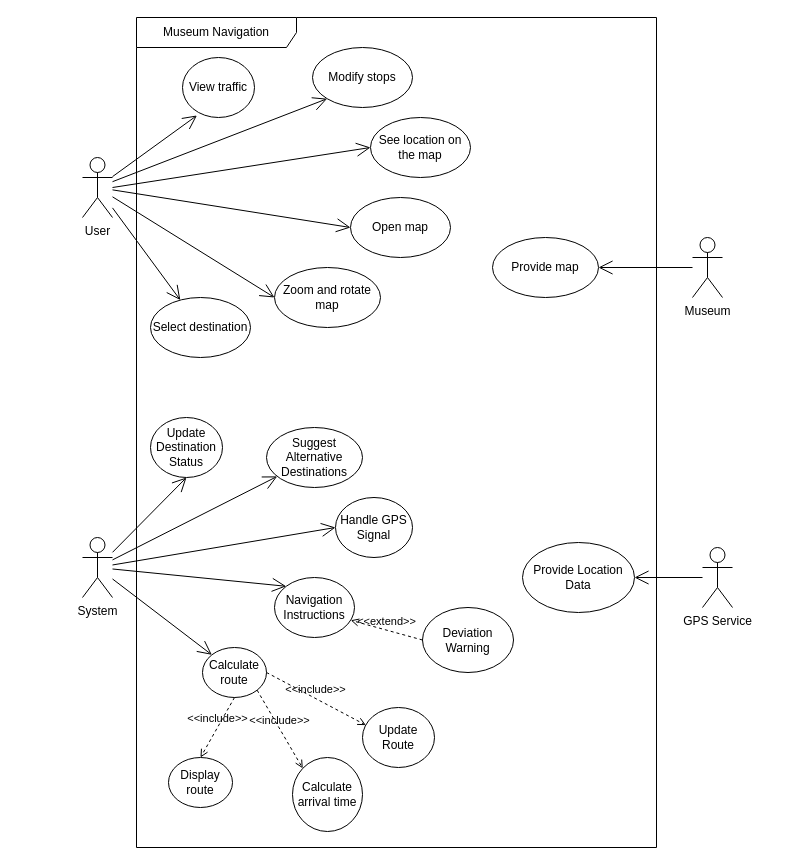
gsklaven/MusePath keeps this draw.io diagram as Use Case Diagrams/Calculate-and-Display-Route.drawio. Above is the earlier version. Source tidied: cells renumbered, new cells numbered last; positions are measured from the earlier drawing's top-left corner, leaving out a move shared by most shapes. Both pictures are drawn from the tidied source at 100%, with x=0, y=0 at pixel (82, 17).
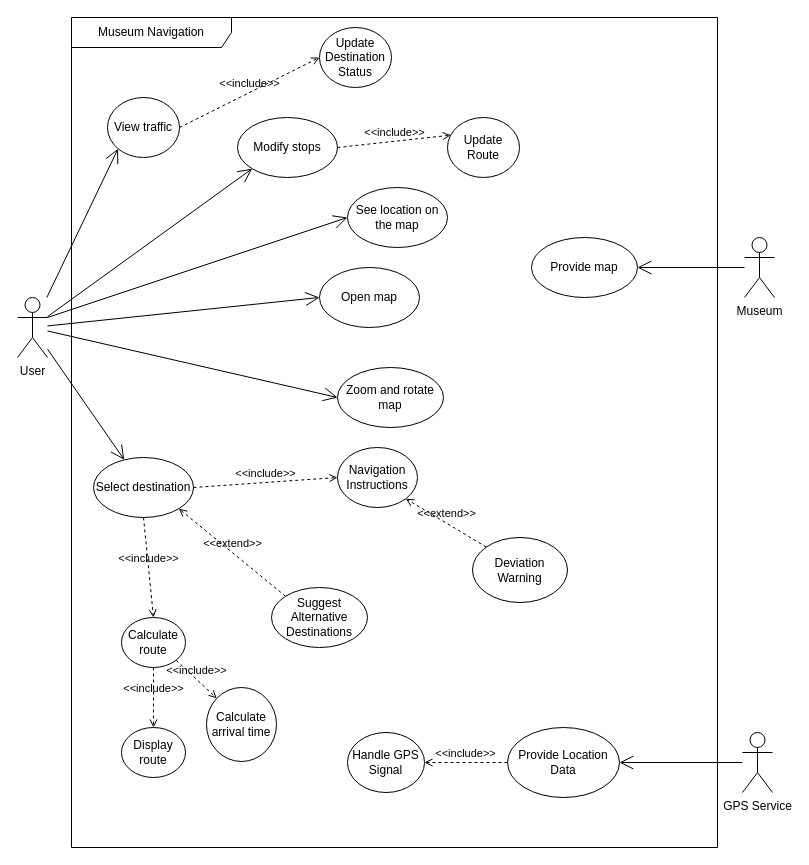
The same diagram, later.

Commit message (it also covers changes not shown here):
remove system as an actor

What changed in the source:
```diff
@@
     <mxCell id="2" value="&lt;div&gt;Museum Navigation&lt;/div&gt;" style="shape=umlFrame;whiteSpace=wrap;html=1;width=160;" parent="1" vertex="1">
-      <mxGeometry x="54" width="520" height="830" as="geometry" />
+      <mxGeometry x="-11" width="646" height="830" as="geometry" />
     </mxCell>
     <mxCell id="3" value="Open map" style="ellipse;whiteSpace=wrap;html=1;" parent="2" vertex="1">
-      <mxGeometry x="214" y="180" width="100" height="60" as="geometry" />
+      <mxGeometry x="248" y="250" width="100" height="60" as="geometry" />
     </mxCell>
     <mxCell id="4" value="See location on the map" style="ellipse;whiteSpace=wrap;html=1;" parent="2" vertex="1">
-      <mxGeometry x="234" y="100" width="100" height="60" as="geometry" />
+      <mxGeometry x="276" y="170" width="100" height="60" as="geometry" />
     </mxCell>
     <mxCell id="5" value="Select destination" style="ellipse;whiteSpace=wrap;html=1;" parent="2" vertex="1">
-      <mxGeometry x="14" y="280" width="100" height="60" as="geometry" />
+      <mxGeometry x="22" y="440" width="100" height="60" as="geometry" />
     </mxCell>
     <mxCell id="6" value="Modify stops" style="ellipse;whiteSpace=wrap;html=1;" parent="2" vertex="1">
-      <mxGeometry x="176" y="30" width="100" height="60" as="geometry" />
+      <mxGeometry x="166" y="100" width="100" height="60" as="geometry" />
     </mxCell>
     <mxCell id="7" value="Zoom and rotate map" style="ellipse;whiteSpace=wrap;html=1;" parent="2" vertex="1">
-      <mxGeometry x="138" y="250" width="106" height="60" as="geometry" />
+      <mxGeometry x="266" y="350" width="106" height="60" as="geometry" />
     </mxCell>
-    <mxCell id="8" value="Provide Location Data" style="ellipse;whiteSpace=wrap;html=1;" parent="2" vertex="1">
-      <mxGeometry x="386" y="525" width="112" height="70" as="geometry" />
-    </mxCell>
     <mxCell id="9" value="Calculate arrival time" style="ellipse;whiteSpace=wrap;html=1;direction=south;" parent="2" vertex="1">
-      <mxGeometry x="156" y="740" width="70" height="74" as="geometry" />
+      <mxGeometry x="135" y="670" width="70" height="74" as="geometry" />
     </mxCell>
     <mxCell id="10" value="Calculate route" style="ellipse;whiteSpace=wrap;html=1;" parent="2" vertex="1">
-      <mxGeometry x="66" y="630" width="64" height="50" as="geometry" />
+      <mxGeometry x="50" y="600" width="64" height="50" as="geometry" />
     </mxCell>
-    <mxCell id="11" value="Handle GPS Signal" style="ellipse;whiteSpace=wrap;html=1;" parent="2" vertex="1">
-      <mxGeometry x="199" y="480" width="77" height="60" as="geometry" />
-    </mxCell>
     <mxCell id="12" value="Navigation Instructions" style="ellipse;whiteSpace=wrap;html=1;" parent="2" vertex="1">
-      <mxGeometry x="138" y="560" width="80" height="60" as="geometry" />
+      <mxGeometry x="266" y="430" width="80" height="60" as="geometry" />
     </mxCell>
     <mxCell id="13" value="Update Route" style="ellipse;whiteSpace=wrap;html=1;" parent="2" vertex="1">
-      <mxGeometry x="226" y="690" width="72" height="60" as="geometry" />
+      <mxGeometry x="376" y="100" width="72" height="60" as="geometry" />
     </mxCell>
     <mxCell id="14" value="Update&lt;div&gt;Destination&lt;br&gt;&lt;div&gt;Status&lt;/div&gt;&lt;/div&gt;" style="ellipse;whiteSpace=wrap;html=1;" parent="2" vertex="1">
-      <mxGeometry x="14" y="400" width="72" height="60" as="geometry" />
+      <mxGeometry x="248" y="10" width="72" height="60" as="geometry" />
     </mxCell>
     <mxCell id="15" value="Suggest Alternative Destinations" style="ellipse;whiteSpace=wrap;html=1;" parent="2" vertex="1">
-      <mxGeometry x="130" y="410" width="96" height="60" as="geometry" />
+      <mxGeometry x="200" y="570" width="96" height="60" as="geometry" />
     </mxCell>
     <mxCell id="16" value="Deviation&lt;div&gt;Warning&lt;/div&gt;" style="ellipse;whiteSpace=wrap;html=1;" parent="2" vertex="1">
-      <mxGeometry x="286" y="590" width="91" height="65" as="geometry" />
+      <mxGeometry x="401" y="520" width="95" height="65" as="geometry" />
     </mxCell>
     <mxCell id="17" value="View traffic" style="ellipse;whiteSpace=wrap;html=1;" parent="2" vertex="1">
-      <mxGeometry x="46" y="40" width="72" height="60" as="geometry" />
+      <mxGeometry x="36" y="80" width="72" height="60" as="geometry" />
     </mxCell>
     <mxCell id="18" value="Display&lt;div&gt;route&lt;/div&gt;" style="ellipse;whiteSpace=wrap;html=1;" parent="2" vertex="1">
-      <mxGeometry x="32" y="740" width="64" height="50" as="geometry" />
+      <mxGeometry x="50" y="710" width="64" height="50" as="geometry" />
     </mxCell>
-    <mxCell id="19" value="&amp;lt;&amp;lt;include&amp;gt;&amp;gt;" style="html=1;verticalAlign=bottom;labelBackgroundColor=none;endArrow=open;endFill=0;dashed=1;rounded=0;entryX=0.047;entryY=0.294;entryDx=0;entryDy=0;entryPerimeter=0;exitX=1;exitY=0.5;exitDx=0;exitDy=0;" parent="2" edge="1" source="10" target="13">
+    <mxCell id="19" value="&amp;lt;&amp;lt;include&amp;gt;&amp;gt;" style="html=1;verticalAlign=bottom;labelBackgroundColor=none;endArrow=open;endFill=0;dashed=1;rounded=0;entryX=0.047;entryY=0.294;entryDx=0;entryDy=0;entryPerimeter=0;exitX=1;exitY=0.5;exitDx=0;exitDy=0;" parent="2" edge="1" source="6" target="13">
       <mxGeometry relative="1" as="geometry" />
     </mxCell>
@@
-    <mxCell id="22" value="&amp;lt;&amp;lt;extend&amp;gt;&amp;gt;" style="html=1;verticalAlign=bottom;labelBackgroundColor=none;endArrow=open;endFill=0;dashed=1;rounded=0;entryX=0.953;entryY=0.713;entryDx=0;entryDy=0;entryPerimeter=0;exitX=0;exitY=0.5;exitDx=0;exitDy=0;" parent="2" edge="1" source="16" target="12">
+    <mxCell id="22" value="&amp;lt;&amp;lt;extend&amp;gt;&amp;gt;" style="html=1;verticalAlign=bottom;labelBackgroundColor=none;endArrow=open;endFill=0;dashed=1;rounded=0;entryX=1;entryY=1;entryDx=0;entryDy=0;exitX=0;exitY=0;exitDx=0;exitDy=0;" parent="2" edge="1" source="16" target="12">
       <mxGeometry relative="1" as="geometry" />
     </mxCell>
     <mxCell id="23" value="Provide map" style="ellipse;whiteSpace=wrap;html=1;" parent="2" vertex="1">
-      <mxGeometry x="356" y="220" width="106" height="60" as="geometry" />
+      <mxGeometry x="460" y="220" width="106" height="60" as="geometry" />
     </mxCell>
+    <mxCell id="41" value="&amp;lt;&amp;lt;include&amp;gt;&amp;gt;" style="html=1;verticalAlign=bottom;labelBackgroundColor=none;endArrow=open;endFill=0;dashed=1;rounded=0;entryX=0;entryY=0.5;entryDx=0;entryDy=0;exitX=1;exitY=0.5;exitDx=0;exitDy=0;" parent="2" edge="1" source="17" target="14">
+      <mxGeometry relative="1" as="geometry" />
+    </mxCell>
+    <mxCell id="42" value="&amp;lt;&amp;lt;extend&amp;gt;&amp;gt;" style="html=1;verticalAlign=bottom;labelBackgroundColor=none;endArrow=open;endFill=0;dashed=1;rounded=0;entryX=1;entryY=1;entryDx=0;entryDy=0;exitX=0;exitY=0;exitDx=0;exitDy=0;" parent="2" edge="1" source="15" target="5">
+      <mxGeometry relative="1" as="geometry" />
+    </mxCell>
+    <mxCell id="43" value="&amp;lt;&amp;lt;include&amp;gt;&amp;gt;" style="html=1;verticalAlign=bottom;labelBackgroundColor=none;endArrow=open;endFill=0;dashed=1;rounded=0;exitX=0.5;exitY=1;exitDx=0;exitDy=0;entryX=0.5;entryY=0;entryDx=0;entryDy=0;" parent="2" edge="1" source="5" target="10">
+      <mxGeometry relative="1" as="geometry" />
+    </mxCell>
+    <mxCell id="44" value="&amp;lt;&amp;lt;include&amp;gt;&amp;gt;" style="html=1;verticalAlign=bottom;labelBackgroundColor=none;endArrow=open;endFill=0;dashed=1;rounded=0;entryX=0;entryY=0.5;entryDx=0;entryDy=0;exitX=1;exitY=0.5;exitDx=0;exitDy=0;" parent="2" edge="1" source="5" target="12">
+      <mxGeometry relative="1" as="geometry" />
+    </mxCell>
+    <mxCell id="11" value="Handle GPS Signal" style="ellipse;whiteSpace=wrap;html=1;" parent="2" vertex="1">
+      <mxGeometry x="276" y="715" width="77" height="60" as="geometry" />
+    </mxCell>
+    <mxCell id="8" value="Provide Location Data" style="ellipse;whiteSpace=wrap;html=1;" parent="2" vertex="1">
+      <mxGeometry x="436" y="710" width="112" height="70" as="geometry" />
+    </mxCell>
+    <mxCell id="45" value="&amp;lt;&amp;lt;include&amp;gt;&amp;gt;" style="html=1;verticalAlign=bottom;labelBackgroundColor=none;endArrow=open;endFill=0;dashed=1;rounded=0;exitX=0;exitY=0.5;exitDx=0;exitDy=0;entryX=1;entryY=0.5;entryDx=0;entryDy=0;" parent="2" edge="1" source="8" target="11">
+      <mxGeometry relative="1" as="geometry" />
+    </mxCell>
     <mxCell id="24" value="User" style="shape=umlActor;verticalLabelPosition=bottom;verticalAlign=top;html=1;" parent="1" vertex="1">
-      <mxGeometry y="140" width="30" height="60" as="geometry" />
+      <mxGeometry x="-65" y="280" width="30" height="60" as="geometry" />
     </mxCell>
-    <mxCell id="25" value="System" style="shape=umlActor;verticalLabelPosition=bottom;verticalAlign=top;html=1;" parent="1" vertex="1">
-      <mxGeometry y="520" width="30" height="60" as="geometry" />
-    </mxCell>
-    <mxCell id="26" value="GPS Service" style="shape=umlActor;verticalLabelPosition=bottom;verticalAlign=top;html=1;" parent="1" vertex="1">
-      <mxGeometry x="620" y="530" width="30" height="60" as="geometry" />
-    </mxCell>
-    <mxCell id="27" style="endArrow=open;endFill=1;endSize=12;html=1;rounded=0;entryX=1;entryY=0.5;entryDx=0;entryDy=0;" parent="1" edge="1" source="26" target="8">
-      <mxGeometry relative="1" as="geometry" />
-    </mxCell>
@@
-    <mxCell id="31" style="endArrow=open;endFill=1;endSize=12;html=1;rounded=0;entryX=0.201;entryY=0.966;entryDx=0;entryDy=0;entryPerimeter=0;" parent="1" edge="1" source="24" target="17">
+    <mxCell id="31" style="endArrow=open;endFill=1;endSize=12;html=1;rounded=0;entryX=0;entryY=1;entryDx=0;entryDy=0;" parent="1" edge="1" source="24" target="17">
       <mxGeometry relative="1" as="geometry" />
     </mxCell>
@@
-    <mxCell id="33" style="endArrow=open;endFill=1;endSize=12;html=1;rounded=0;entryX=0;entryY=0.5;entryDx=0;entryDy=0;" parent="1" edge="1" target="4">
-      <mxGeometry relative="1" as="geometry">
-        <mxPoint x="30" y="170" as="sourcePoint" />
-      </mxGeometry>
+    <mxCell id="33" style="endArrow=open;endFill=1;endSize=12;html=1;rounded=0;entryX=0;entryY=0.5;entryDx=0;entryDy=0;exitX=1;exitY=0.3333333333333333;exitDx=0;exitDy=0;exitPerimeter=0;" parent="1" edge="1" source="24" target="4">
+      <mxGeometry relative="1" as="geometry" />
     </mxCell>
-    <mxCell id="34" style="endArrow=open;endFill=1;endSize=12;html=1;rounded=0;entryX=0.5;entryY=1;entryDx=0;entryDy=0;" parent="1" edge="1" source="25" target="14">
-      <mxGeometry relative="1" as="geometry" />
-    </mxCell>
-    <mxCell id="35" style="endArrow=open;endFill=1;endSize=12;html=1;rounded=0;" parent="1" edge="1" source="25" target="15">
-      <mxGeometry relative="1" as="geometry" />
-    </mxCell>
-    <mxCell id="36" style="endArrow=open;endFill=1;endSize=12;html=1;rounded=0;entryX=0;entryY=0.5;entryDx=0;entryDy=0;" parent="1" edge="1" source="25" target="11">
-      <mxGeometry relative="1" as="geometry" />
-    </mxCell>
-    <mxCell id="37" style="endArrow=open;endFill=1;endSize=12;html=1;rounded=0;entryX=0;entryY=0;entryDx=0;entryDy=0;" parent="1" edge="1" source="25" target="12">
-      <mxGeometry relative="1" as="geometry" />
-    </mxCell>
-    <mxCell id="38" style="endArrow=open;endFill=1;endSize=12;html=1;rounded=0;entryX=0;entryY=0;entryDx=0;entryDy=0;" parent="1" edge="1" source="25" target="10">
-      <mxGeometry relative="1" as="geometry" />
-    </mxCell>
     <mxCell id="39" value="Museum" style="shape=umlActor;verticalLabelPosition=bottom;verticalAlign=top;html=1;outlineConnect=0;" parent="1" vertex="1">
-      <mxGeometry x="610" y="220" width="30" height="60" as="geometry" />
+      <mxGeometry x="662" y="220" width="30" height="60" as="geometry" />
     </mxCell>
@@
+    <mxCell id="26" value="GPS Service" style="shape=umlActor;verticalLabelPosition=bottom;verticalAlign=top;html=1;" parent="1" vertex="1">
+      <mxGeometry x="660" y="715" width="30" height="60" as="geometry" />
+    </mxCell>
+    <mxCell id="27" style="endArrow=open;endFill=1;endSize=12;html=1;rounded=0;entryX=1;entryY=0.5;entryDx=0;entryDy=0;" parent="1" edge="1" source="26" target="8">
+      <mxGeometry relative="1" as="geometry" />
+    </mxCell>
```
